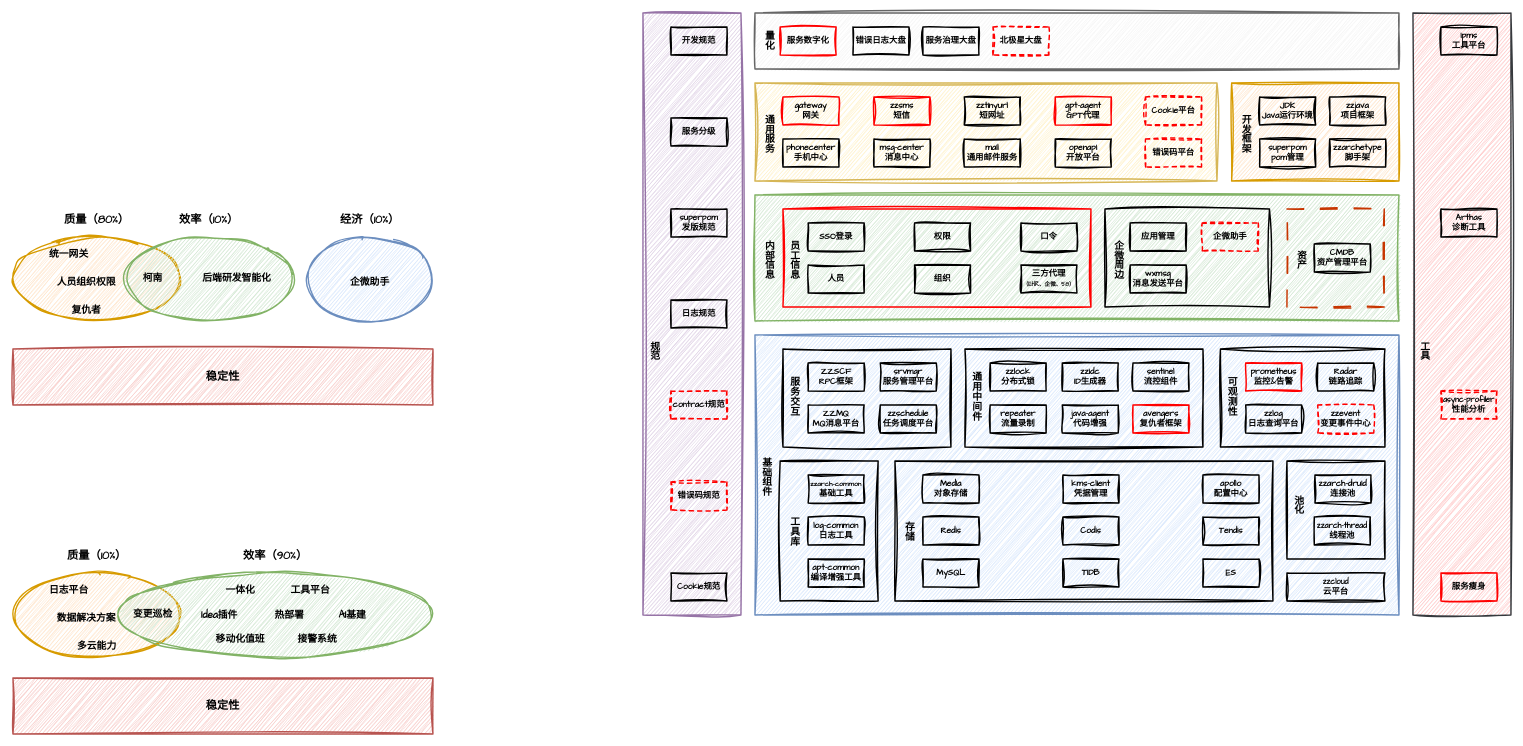
Above: tech/arch/架构部技术体系.drawio in zhuanzhuan-tech/arch-draw-io (draw.io), before the change. Source tidied: cells renumbered, new cells numbered last; positions are measured from the earlier drawing's top-left corner, leaving out a move shared by most shapes. Both pictures are drawn from the tidied source at 70%, with x=0, y=0 at pixel (13, 13).
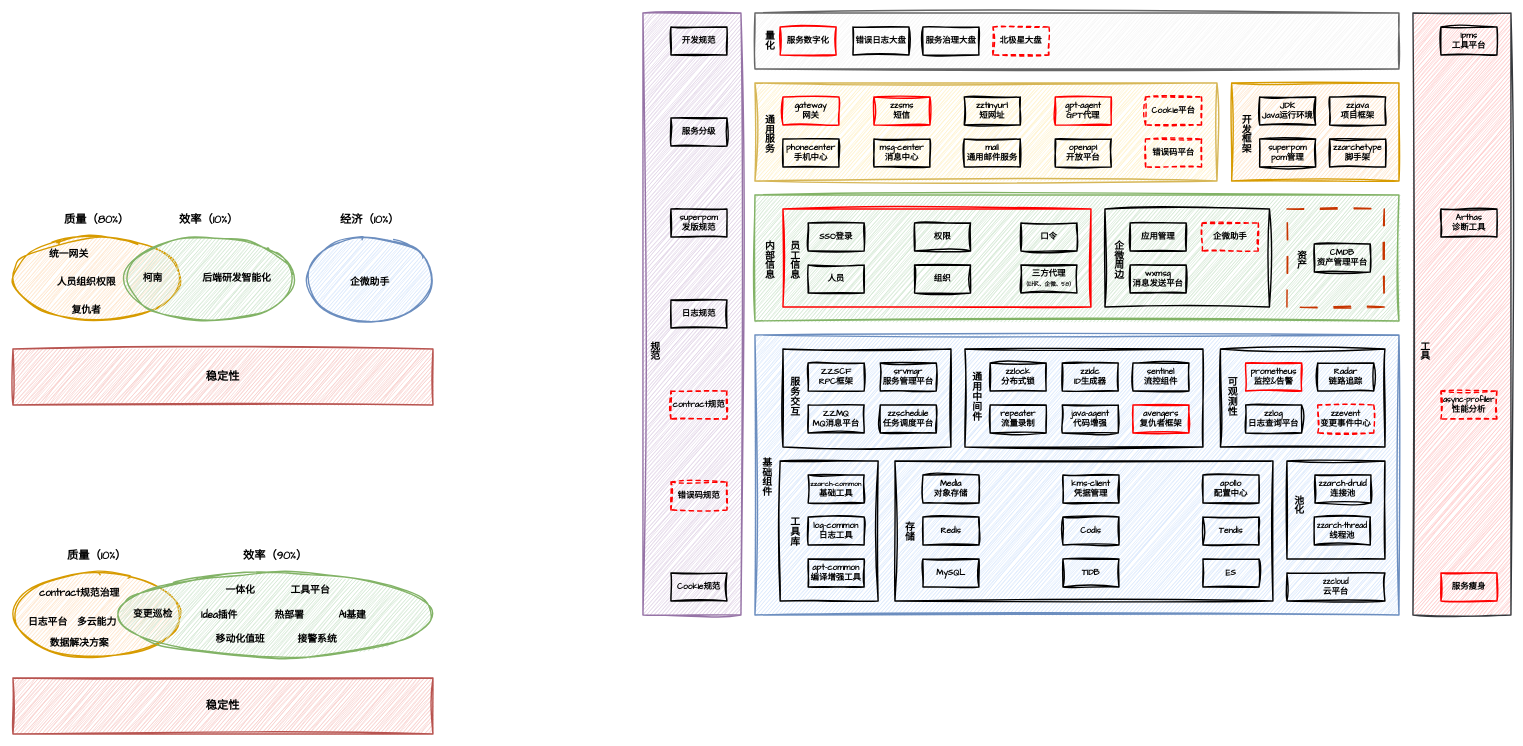
Above is the later version.

Commit message:
更新架构部技术体系.drawio

Diff of the diagram source:
```diff
@@
     <mxCell id="120" value="&lt;b style=&quot;&quot;&gt;&lt;font style=&quot;font-size: 14px;&quot;&gt;日志平台&lt;/font&gt;&lt;/b&gt;" style="text;html=1;whiteSpace=wrap;strokeColor=none;fillColor=none;align=center;verticalAlign=middle;rounded=0;fontFamily=Architects Daughter;" parent="1" vertex="1">
-      <mxGeometry x="40" y="810" width="80" height="30" as="geometry" />
+      <mxGeometry x="10" y="856" width="80" height="30" as="geometry" />
     </mxCell>
     <mxCell id="121" value="&lt;b style=&quot;&quot;&gt;&lt;font style=&quot;font-size: 14px;&quot;&gt;数据解决方案&lt;/font&gt;&lt;/b&gt;" style="text;html=1;whiteSpace=wrap;strokeColor=none;fillColor=none;align=center;verticalAlign=middle;rounded=0;fontFamily=Architects Daughter;" parent="1" vertex="1">
-      <mxGeometry x="50" y="850" width="110" height="30" as="geometry" />
+      <mxGeometry x="40" y="886" width="110" height="30" as="geometry" />
     </mxCell>
     <mxCell id="122" value="&lt;span style=&quot;font-size: 14px;&quot;&gt;&lt;b&gt;多云能力&lt;/b&gt;&lt;/span&gt;" style="text;html=1;whiteSpace=wrap;strokeColor=none;fillColor=none;align=center;verticalAlign=middle;rounded=0;fontFamily=Architects Daughter;" parent="1" vertex="1">
-      <mxGeometry x="80" y="890" width="80" height="30" as="geometry" />
+      <mxGeometry x="80" y="856" width="80" height="30" as="geometry" />
     </mxCell>
@@
+    <mxCell id="131" value="&lt;b style=&quot;&quot;&gt;&lt;font style=&quot;font-size: 14px;&quot;&gt;contract规范治理&lt;/font&gt;&lt;/b&gt;" style="text;html=1;whiteSpace=wrap;strokeColor=none;fillColor=none;align=center;verticalAlign=middle;rounded=0;fontFamily=Architects Daughter;" parent="1" vertex="1">
+      <mxGeometry x="25" y="815" width="140" height="30" as="geometry" />
+    </mxCell>
```
